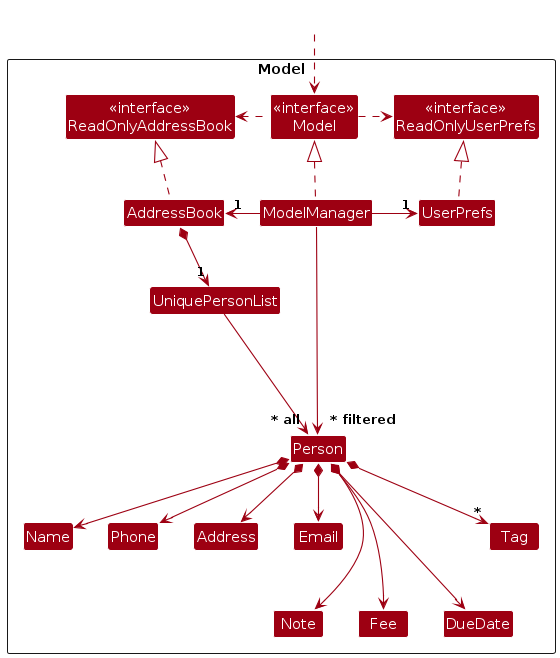
The PlantUML diagram diagrams/ModelClassDiagram.png in AY2627S1-CS2103T-T08-4/tp, before a commit. Its source is kept beside it as diagrams/ModelClassDiagram.puml.
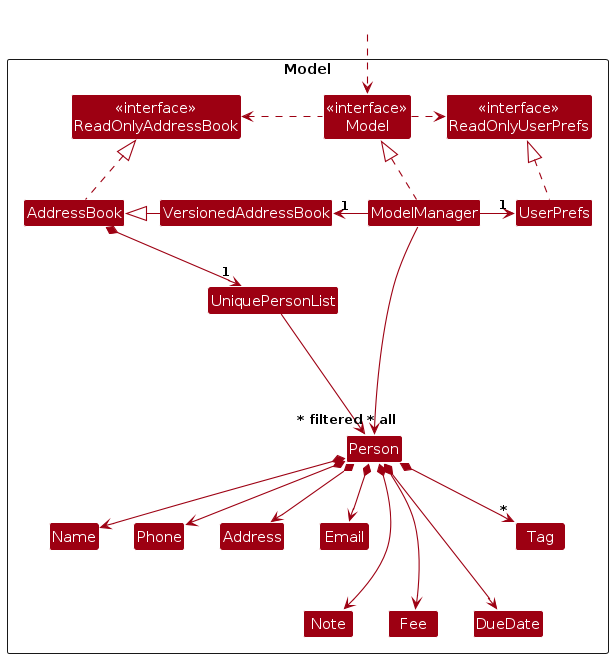
After the change.

Diff of the diagram source:
```diff
@@ -9,6 +9,7 @@
 Class "<<interface>>\nReadOnlyUserPrefs" as ReadOnlyUserPrefs
 Class "<<interface>>\nModel" as Model
 Class AddressBook
+Class VersionedAddressBook
 Class ModelManager
 Class UserPrefs
 
@@ -34,7 +35,8 @@
 ModelManager .up.|> Model
 Model .right.> ReadOnlyUserPrefs
 Model .left.> ReadOnlyAddressBook
-ModelManager -left-> "1" AddressBook
+VersionedAddressBook -left-|> AddressBook
+ModelManager -left-> "1" VersionedAddressBook
 ModelManager -right-> "1" UserPrefs
 UserPrefs .up.|> ReadOnlyUserPrefs
 
```
